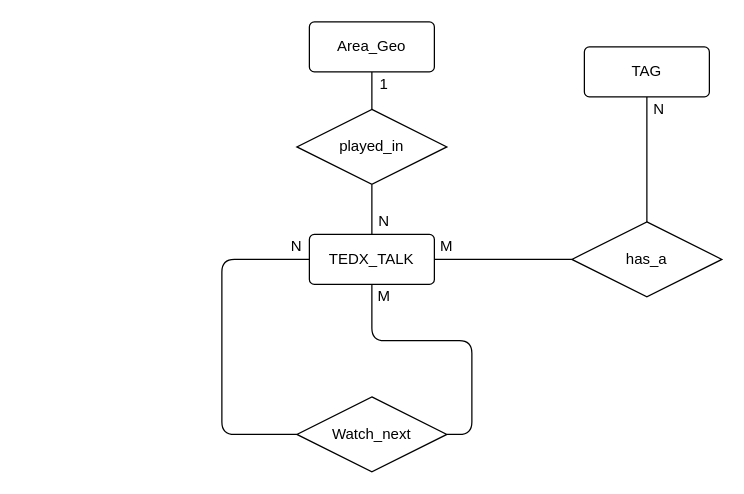
This is Altro/ER1.drawio from simonec96/lab-TCM, a draw.io file, before an edit. Source tidied: cells renumbered, new cells numbered last; positions are measured from the earlier drawing's top-left corner, leaving out a move shared by most shapes. Both pictures are drawn from the tidied source at 125%, with x=0, y=0 at pixel (221, 21).
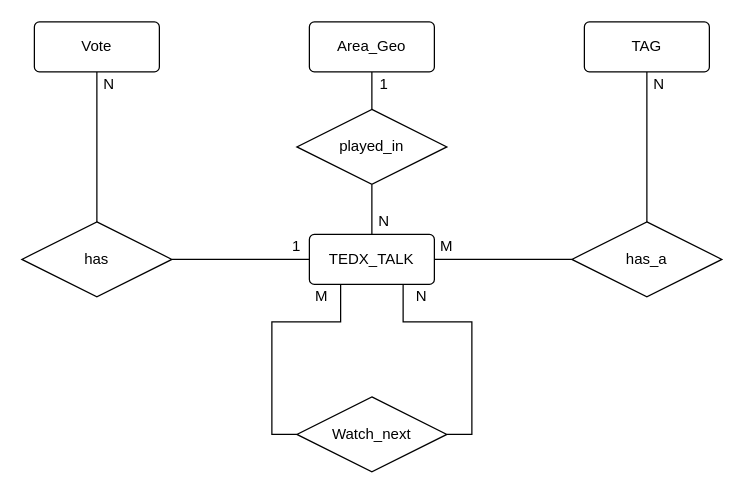
The same diagram, later.

The change refers to these unchanged cells:
```xml
<mxCell id="4" value="TEDX_TALK" style="rounded=1;arcSize=10;whiteSpace=wrap;html=1;align=center;" parent="1" vertex="1">
  <mxGeometry x="70" y="170" width="100" height="40" as="geometry" />
</mxCell>
<mxCell id="7" value="Watch_next" style="shape=rhombus;perimeter=rhombusPerimeter;whiteSpace=wrap;html=1;align=center;" parent="1" vertex="1">
  <mxGeometry x="60" y="300" width="120" height="60" as="geometry" />
</mxCell>
```

The edit, as a diff of the source:
```diff
@@
-    <mxCell id="5" style="edgeStyle=orthogonalEdgeStyle;rounded=1;jettySize=auto;html=1;entryX=0;entryY=0.5;entryDx=0;entryDy=0;endArrow=none;endFill=0;" parent="1" edge="1" source="7" target="4">
-      <mxGeometry relative="1" as="geometry">
-        <Array as="points">
-          <mxPoint y="330" />
-          <mxPoint y="190" />
-        </Array>
-      </mxGeometry>
-    </mxCell>
-    <mxCell id="6" style="edgeStyle=orthogonalEdgeStyle;rounded=1;jettySize=auto;html=1;exitX=1;exitY=0.5;exitDx=0;exitDy=0;entryX=0.5;entryY=1;entryDx=0;entryDy=0;endArrow=none;endFill=0;" parent="1" edge="1" source="7" target="4">
-      <mxGeometry relative="1" as="geometry" />
-    </mxCell>
+    <mxCell id="20" style="edgeStyle=orthogonalEdgeStyle;rounded=0;jettySize=auto;html=1;endArrow=none;endFill=0;entryX=0.25;entryY=1;entryDx=0;entryDy=0;" parent="1" edge="1" source="7" target="4">
+      <mxGeometry relative="1" as="geometry">
+        <Array as="points">
+          <mxPoint x="40" y="330" />
+          <mxPoint x="40" y="240" />
+          <mxPoint x="95" y="240" />
+        </Array>
+      </mxGeometry>
+    </mxCell>
+    <mxCell id="21" style="edgeStyle=orthogonalEdgeStyle;rounded=0;jettySize=auto;html=1;endArrow=none;endFill=0;entryX=0.75;entryY=1;entryDx=0;entryDy=0;" parent="1" edge="1" source="7" target="4">
+      <mxGeometry relative="1" as="geometry">
+        <Array as="points">
+          <mxPoint x="200" y="330" />
+          <mxPoint x="200" y="240" />
+          <mxPoint x="145" y="240" />
+        </Array>
+      </mxGeometry>
+    </mxCell>
@@
-    <mxCell id="8" value="N" style="text;html=1;strokeColor=none;fillColor=none;align=center;verticalAlign=middle;whiteSpace=wrap;rounded=0;" parent="1" vertex="1">
+    <mxCell id="8" value="1" style="text;html=1;strokeColor=none;fillColor=none;align=center;verticalAlign=middle;whiteSpace=wrap;rounded=0;" parent="1" vertex="1">
       <mxGeometry x="40" y="170" width="40" height="20" as="geometry" />
     </mxCell>
     <mxCell id="9" value="M" style="text;html=1;strokeColor=none;fillColor=none;align=center;verticalAlign=middle;whiteSpace=wrap;rounded=0;" parent="1" vertex="1">
-      <mxGeometry x="110" y="210" width="40" height="20" as="geometry" />
+      <mxGeometry x="60" y="210" width="40" height="20" as="geometry" />
     </mxCell>
@@
     <mxCell id="13" value="TAG" style="rounded=1;arcSize=10;whiteSpace=wrap;html=1;align=center;" parent="1" vertex="1">
-      <mxGeometry x="290" y="20" width="100" height="40" as="geometry" />
+      <mxGeometry x="290" width="100" height="40" as="geometry" />
     </mxCell>
     <mxCell id="14" value="N" style="text;html=1;strokeColor=none;fillColor=none;align=center;verticalAlign=middle;whiteSpace=wrap;rounded=0;" parent="1" vertex="1">
-      <mxGeometry x="330" y="60" width="40" height="20" as="geometry" />
+      <mxGeometry x="330" y="40" width="40" height="20" as="geometry" />
     </mxCell>
@@
+    <mxCell id="22" style="edgeStyle=orthogonalEdgeStyle;rounded=0;jettySize=auto;html=1;exitX=1;exitY=0.5;exitDx=0;exitDy=0;entryX=0;entryY=0.5;entryDx=0;entryDy=0;endArrow=none;endFill=0;" parent="1" edge="1" source="23" target="4">
+      <mxGeometry relative="1" as="geometry" />
+    </mxCell>
+    <mxCell id="23" value="has" style="shape=rhombus;perimeter=rhombusPerimeter;whiteSpace=wrap;html=1;align=center;" parent="1" vertex="1">
+      <mxGeometry x="-160" y="160" width="120" height="60" as="geometry" />
+    </mxCell>
+    <mxCell id="24" style="edgeStyle=orthogonalEdgeStyle;rounded=0;jettySize=auto;html=1;entryX=0.5;entryY=0;entryDx=0;entryDy=0;endArrow=none;endFill=0;" parent="1" edge="1" source="25" target="23">
+      <mxGeometry relative="1" as="geometry" />
+    </mxCell>
+    <mxCell id="25" value="Vote" style="rounded=1;arcSize=10;whiteSpace=wrap;html=1;align=center;" parent="1" vertex="1">
+      <mxGeometry x="-150" width="100" height="40" as="geometry" />
+    </mxCell>
+    <mxCell id="26" value="N" style="text;html=1;strokeColor=none;fillColor=none;align=center;verticalAlign=middle;whiteSpace=wrap;rounded=0;" parent="1" vertex="1">
+      <mxGeometry x="-110" y="40" width="40" height="20" as="geometry" />
+    </mxCell>
+    <mxCell id="27" value="N" style="text;html=1;strokeColor=none;fillColor=none;align=center;verticalAlign=middle;whiteSpace=wrap;rounded=0;" parent="1" vertex="1">
+      <mxGeometry x="140" y="210" width="40" height="20" as="geometry" />
+    </mxCell>
```
